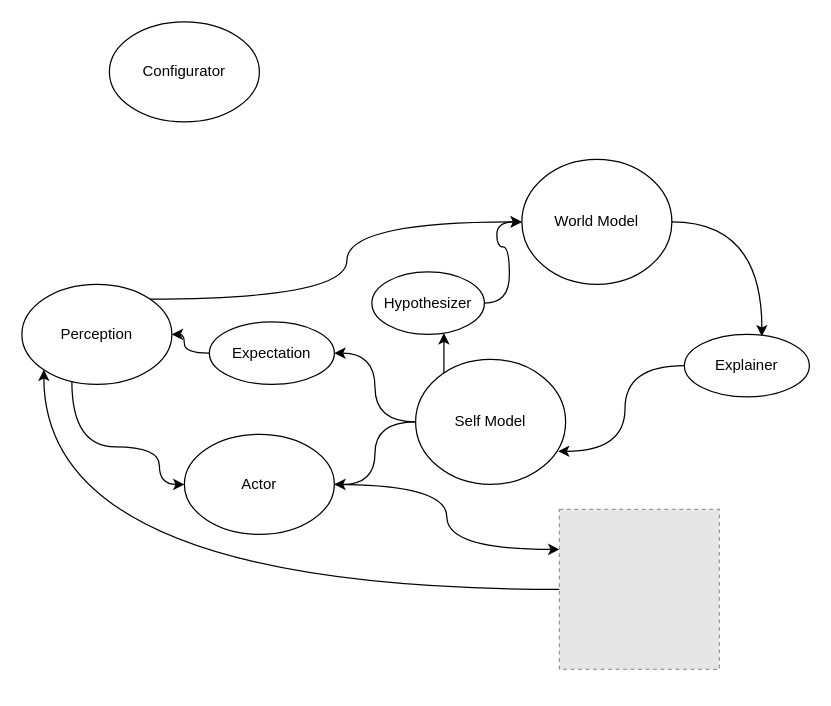
codeaudit/1 keeps this draw.io diagram as cognitive_arch.drawio. Above is the earlier version. Source tidied: cells renumbered, new cells numbered last; positions are measured from the earlier drawing's top-left corner, leaving out a move shared by most shapes. Both pictures are drawn from the tidied source at 125%, with x=0, y=0 at pixel (21, 21). Pictures stored in the file or linked from it are replaced by grey dashed boxes.
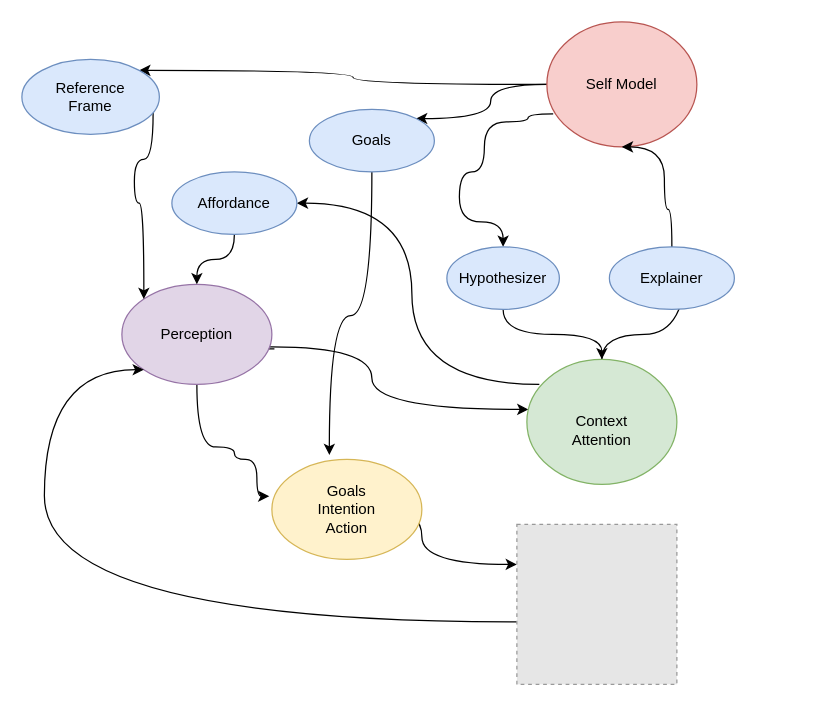
The same page after the edit.

Change to the diagram source:
```diff
@@
-    <mxCell id="2" style="edgeStyle=orthogonalEdgeStyle;curved=1;jettySize=auto;html=1;exitX=1;exitY=0;exitDx=0;exitDy=0;" parent="1" edge="1" source="4" target="8">
-      <mxGeometry relative="1" as="geometry" />
+    <mxCell id="2" style="edgeStyle=orthogonalEdgeStyle;curved=1;jettySize=auto;html=1;exitX=1.017;exitY=0.644;exitDx=0;exitDy=0;exitPerimeter=0;" parent="1" edge="1" source="4" target="8">
+      <mxGeometry relative="1" as="geometry">
+        <Array as="points">
+          <mxPoint x="120" y="262" />
+          <mxPoint x="120" y="260" />
+          <mxPoint x="280" y="260" />
+          <mxPoint x="280" y="310" />
+        </Array>
+      </mxGeometry>
     </mxCell>
-    <mxCell id="3" style="edgeStyle=orthogonalEdgeStyle;curved=1;jettySize=auto;html=1;entryX=0;entryY=0.5;entryDx=0;entryDy=0;" parent="1" edge="1" source="4" target="6">
+    <mxCell id="3" style="edgeStyle=orthogonalEdgeStyle;curved=1;jettySize=auto;html=1;entryX=-0.017;entryY=0.369;entryDx=0;entryDy=0;entryPerimeter=0;" parent="1" edge="1" source="4" target="6">
       <mxGeometry relative="1" as="geometry">
         <Array as="points">
-          <mxPoint x="40" y="340" />
-          <mxPoint x="110" y="340" />
-          <mxPoint x="110" y="370" />
+          <mxPoint x="140" y="340" />
+          <mxPoint x="170" y="340" />
+          <mxPoint x="170" y="350" />
+          <mxPoint x="188" y="350" />
         </Array>
       </mxGeometry>
     </mxCell>
-    <mxCell id="4" value="Perception" style="ellipse;whiteSpace=wrap;html=1;" parent="1" vertex="1">
-      <mxGeometry y="210" width="120" height="80" as="geometry" />
+    <mxCell id="4" value="Perception" style="ellipse;whiteSpace=wrap;html=1;fillColor=#e1d5e7;strokeColor=#9673a6;" parent="1" vertex="1">
+      <mxGeometry x="80" y="210" width="120" height="80" as="geometry" />
     </mxCell>
-    <mxCell id="5" style="edgeStyle=orthogonalEdgeStyle;curved=1;jettySize=auto;html=1;entryX=0;entryY=0.25;entryDx=0;entryDy=0;" parent="1" edge="1" source="6" target="10">
-      <mxGeometry relative="1" as="geometry" />
+    <mxCell id="5" style="edgeStyle=orthogonalEdgeStyle;curved=1;jettySize=auto;html=1;entryX=0;entryY=0.25;entryDx=0;entryDy=0;exitX=0.5;exitY=1;exitDx=0;exitDy=0;" parent="1" edge="1" source="6" target="10">
+      <mxGeometry relative="1" as="geometry">
+        <Array as="points">
+          <mxPoint x="320" y="390" />
+          <mxPoint x="320" y="434" />
+        </Array>
+      </mxGeometry>
     </mxCell>
-    <mxCell id="6" value="Actor" style="ellipse;whiteSpace=wrap;html=1;" parent="1" vertex="1">
-      <mxGeometry x="130" y="330" width="120" height="80" as="geometry" />
+    <mxCell id="6" value="Goals&lt;br&gt;Intention&lt;br&gt;Action" style="ellipse;whiteSpace=wrap;html=1;fillColor=#fff2cc;strokeColor=#d6b656;" parent="1" vertex="1">
+      <mxGeometry x="200" y="350" width="120" height="80" as="geometry" />
     </mxCell>
@@
-    <mxCell id="8" value="World Model" style="ellipse;whiteSpace=wrap;html=1;" parent="1" vertex="1">
-      <mxGeometry x="400" y="110" width="120" height="100" as="geometry" />
+    <mxCell id="8" value="&lt;br&gt;Context&lt;br&gt;Attention" style="ellipse;whiteSpace=wrap;html=1;fillColor=#d5e8d4;strokeColor=#82b366;" parent="1" vertex="1">
+      <mxGeometry x="404" y="270" width="120" height="100" as="geometry" />
     </mxCell>
     <mxCell id="9" style="edgeStyle=orthogonalEdgeStyle;curved=1;jettySize=auto;html=1;startArrow=none;startFill=0;endArrow=classic;endFill=1;entryX=0;entryY=1;entryDx=0;entryDy=0;" parent="1" edge="1" source="10" target="4">
-      <mxGeometry relative="1" as="geometry" />
+      <mxGeometry relative="1" as="geometry">
+        <Array as="points">
+          <mxPoint x="18" y="480" />
+        </Array>
+      </mxGeometry>
     </mxCell>
     <mxCell id="10" style="fillColor=#E6E6E6;strokeColor=#999999;dashed=1;html=1;verticalAlign=top;verticalLabelPosition=bottom;labelBackgroundColor=#ffffff;" parent="1" vertex="1">
-      <mxGeometry x="430" y="390" width="128" height="128" as="geometry" />
+      <mxGeometry x="396" y="402" width="128" height="128" as="geometry" />
     </mxCell>
-    <mxCell id="11" value="Configurator" style="ellipse;whiteSpace=wrap;html=1;" parent="1" vertex="1">
-      <mxGeometry x="70" width="120" height="80" as="geometry" />
-    </mxCell>
-    <mxCell id="12" style="edgeStyle=orthogonalEdgeStyle;curved=1;jettySize=auto;html=1;" parent="1" edge="1" source="15" target="6">
-      <mxGeometry relative="1" as="geometry" />
-    </mxCell>
-    <mxCell id="13" style="edgeStyle=orthogonalEdgeStyle;curved=1;jettySize=auto;html=1;entryX=1;entryY=0.5;entryDx=0;entryDy=0;" parent="1" edge="1" source="15" target="19">
+    <mxCell id="13" style="edgeStyle=orthogonalEdgeStyle;curved=1;jettySize=auto;html=1;entryX=1;entryY=0.5;entryDx=0;entryDy=0;exitX=0.083;exitY=0.2;exitDx=0;exitDy=0;exitPerimeter=0;" parent="1" edge="1" source="8" target="19">
       <mxGeometry relative="1" as="geometry" />
     </mxCell>
-    <mxCell id="14" style="edgeStyle=orthogonalEdgeStyle;curved=1;jettySize=auto;html=1;startArrow=none;startFill=0;endArrow=classic;endFill=1;" parent="1" edge="1" source="15" target="17">
+    <mxCell id="14" style="edgeStyle=orthogonalEdgeStyle;curved=1;jettySize=auto;html=1;startArrow=none;startFill=0;endArrow=classic;endFill=1;entryX=0.5;entryY=0;entryDx=0;entryDy=0;exitX=0.042;exitY=0.735;exitDx=0;exitDy=0;exitPerimeter=0;" parent="1" edge="1" source="15" target="17">
       <mxGeometry relative="1" as="geometry">
         <Array as="points">
-          <mxPoint x="325" y="290" />
+          <mxPoint x="405" y="80" />
+          <mxPoint x="370" y="80" />
+          <mxPoint x="370" y="120" />
+          <mxPoint x="350" y="120" />
+          <mxPoint x="350" y="160" />
+          <mxPoint x="385" y="160" />
         </Array>
       </mxGeometry>
     </mxCell>
+    <mxCell id="22" style="edgeStyle=orthogonalEdgeStyle;curved=1;jettySize=auto;html=1;startArrow=none;startFill=0;endArrow=classic;endFill=1;entryX=1;entryY=0;entryDx=0;entryDy=0;" parent="1" edge="1" source="15" target="25">
+      <mxGeometry relative="1" as="geometry" />
+    </mxCell>
+    <mxCell id="23" style="edgeStyle=orthogonalEdgeStyle;curved=1;jettySize=auto;html=1;startArrow=none;startFill=0;endArrow=classic;endFill=1;entryX=1;entryY=0;entryDx=0;entryDy=0;" parent="1" edge="1" source="15" target="27">
+      <mxGeometry relative="1" as="geometry" />
+    </mxCell>
-    <mxCell id="15" value="Self Model" style="ellipse;whiteSpace=wrap;html=1;" parent="1" vertex="1">
-      <mxGeometry x="315" y="270" width="120" height="100" as="geometry" />
+    <mxCell id="15" value="Self Model" style="ellipse;whiteSpace=wrap;html=1;fillColor=#f8cecc;strokeColor=#b85450;" parent="1" vertex="1">
+      <mxGeometry x="420" width="120" height="100" as="geometry" />
     </mxCell>
-    <mxCell id="16" style="edgeStyle=orthogonalEdgeStyle;curved=1;jettySize=auto;html=1;startArrow=none;startFill=0;endArrow=classic;endFill=1;" parent="1" edge="1" source="17" target="8">
+    <mxCell id="16" style="edgeStyle=orthogonalEdgeStyle;curved=1;jettySize=auto;html=1;startArrow=none;startFill=0;endArrow=classic;endFill=1;exitX=0.5;exitY=1;exitDx=0;exitDy=0;" parent="1" edge="1" source="17" target="8">
       <mxGeometry relative="1" as="geometry" />
     </mxCell>
-    <mxCell id="17" value="Hypothesizer" style="ellipse;whiteSpace=wrap;html=1;" parent="1" vertex="1">
-      <mxGeometry x="280" y="200" width="90" height="50" as="geometry" />
+    <mxCell id="17" value="Hypothesizer" style="ellipse;whiteSpace=wrap;html=1;fillColor=#dae8fc;strokeColor=#6c8ebf;" parent="1" vertex="1">
+      <mxGeometry x="340" y="180" width="90" height="50" as="geometry" />
     </mxCell>
@@
-    <mxCell id="19" value="Expectation" style="ellipse;whiteSpace=wrap;html=1;" parent="1" vertex="1">
-      <mxGeometry x="150" y="240" width="100" height="50" as="geometry" />
+    <mxCell id="19" value="Affordance" style="ellipse;whiteSpace=wrap;html=1;fillColor=#dae8fc;strokeColor=#6c8ebf;" parent="1" vertex="1">
+      <mxGeometry x="120" y="120" width="100" height="50" as="geometry" />
     </mxCell>
-    <mxCell id="20" style="edgeStyle=orthogonalEdgeStyle;curved=1;jettySize=auto;html=1;startArrow=none;startFill=0;endArrow=classic;endFill=1;entryX=0.95;entryY=0.735;entryDx=0;entryDy=0;entryPerimeter=0;" parent="1" edge="1" source="21" target="15">
-      <mxGeometry relative="1" as="geometry" />
+    <mxCell id="20" style="edgeStyle=orthogonalEdgeStyle;curved=1;jettySize=auto;html=1;startArrow=none;startFill=0;endArrow=classic;endFill=1;entryX=0.5;entryY=1;entryDx=0;entryDy=0;" parent="1" edge="1" source="21" target="15">
+      <mxGeometry relative="1" as="geometry">
+        <Array as="points">
+          <mxPoint x="520" y="150" />
+          <mxPoint x="514" y="150" />
+          <mxPoint x="514" y="100" />
+        </Array>
+      </mxGeometry>
     </mxCell>
-    <mxCell id="21" value="Explainer" style="ellipse;whiteSpace=wrap;html=1;" parent="1" vertex="1">
-      <mxGeometry x="530" y="250" width="100" height="50" as="geometry" />
+    <mxCell id="21" value="Explainer" style="ellipse;whiteSpace=wrap;html=1;fillColor=#dae8fc;strokeColor=#6c8ebf;" parent="1" vertex="1">
+      <mxGeometry x="470" y="180" width="100" height="50" as="geometry" />
     </mxCell>
+    <mxCell id="24" style="edgeStyle=orthogonalEdgeStyle;curved=1;jettySize=auto;html=1;startArrow=none;startFill=0;endArrow=classic;endFill=1;entryX=0.383;entryY=-0.044;entryDx=0;entryDy=0;entryPerimeter=0;" parent="1" edge="1" source="25" target="6">
+      <mxGeometry relative="1" as="geometry" />
+    </mxCell>
+    <mxCell id="25" value="Goals" style="ellipse;whiteSpace=wrap;html=1;fillColor=#dae8fc;strokeColor=#6c8ebf;" parent="1" vertex="1">
+      <mxGeometry x="230" y="70" width="100" height="50" as="geometry" />
+    </mxCell>
+    <mxCell id="26" style="edgeStyle=orthogonalEdgeStyle;curved=1;jettySize=auto;html=1;startArrow=none;startFill=0;endArrow=classic;endFill=1;entryX=0;entryY=0;entryDx=0;entryDy=0;" parent="1" edge="1" source="27" target="4">
+      <mxGeometry relative="1" as="geometry">
+        <Array as="points">
+          <mxPoint x="105" y="110" />
+          <mxPoint x="90" y="110" />
+          <mxPoint x="90" y="145" />
+          <mxPoint x="98" y="145" />
+        </Array>
+      </mxGeometry>
+    </mxCell>
+    <mxCell id="27" value="Reference&lt;br&gt;Frame" style="ellipse;whiteSpace=wrap;html=1;fillColor=#dae8fc;strokeColor=#6c8ebf;" parent="1" vertex="1">
+      <mxGeometry y="30" width="110" height="60" as="geometry" />
+    </mxCell>
```
